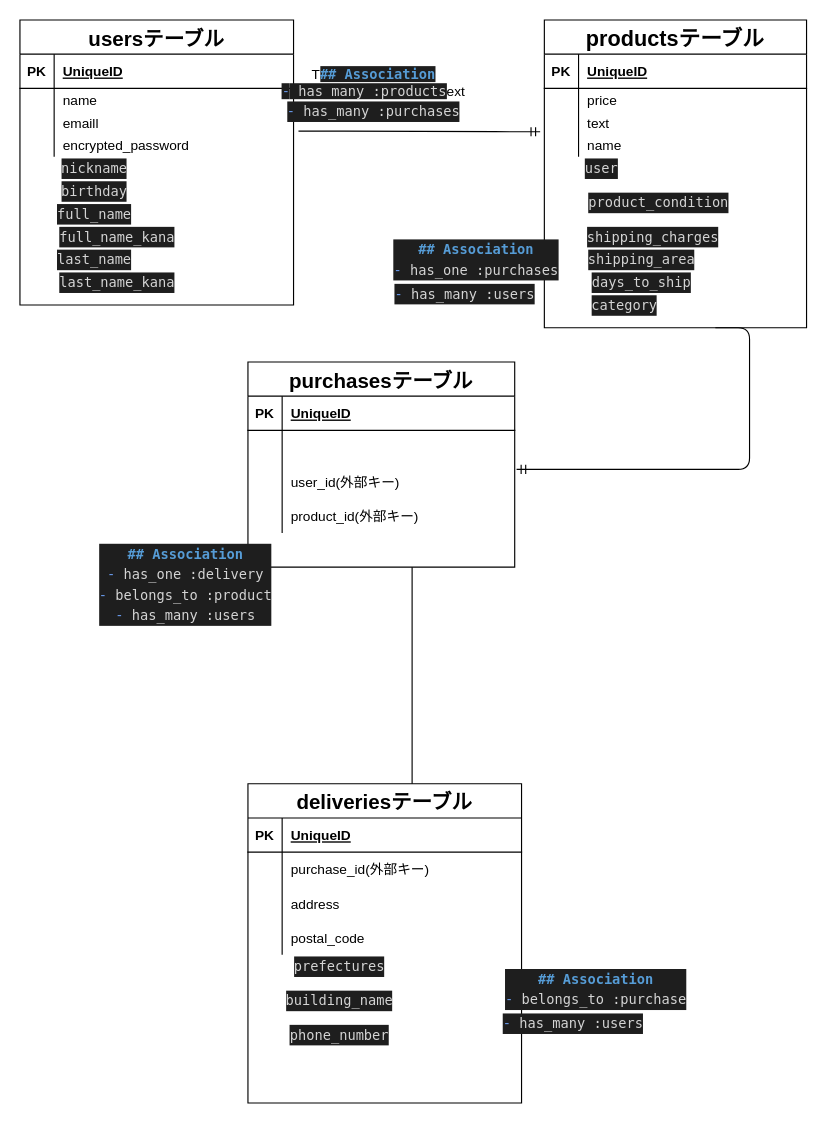
Before: test.dio in nanami-deep/furima-34361, a draw.io diagram. Source tidied: cells renumbered, new cells numbered last; positions are measured from the earlier drawing's top-left corner, leaving out a move shared by most shapes. Both pictures are drawn from the tidied source at 114%, with x=0, y=0 at pixel (19, 19).
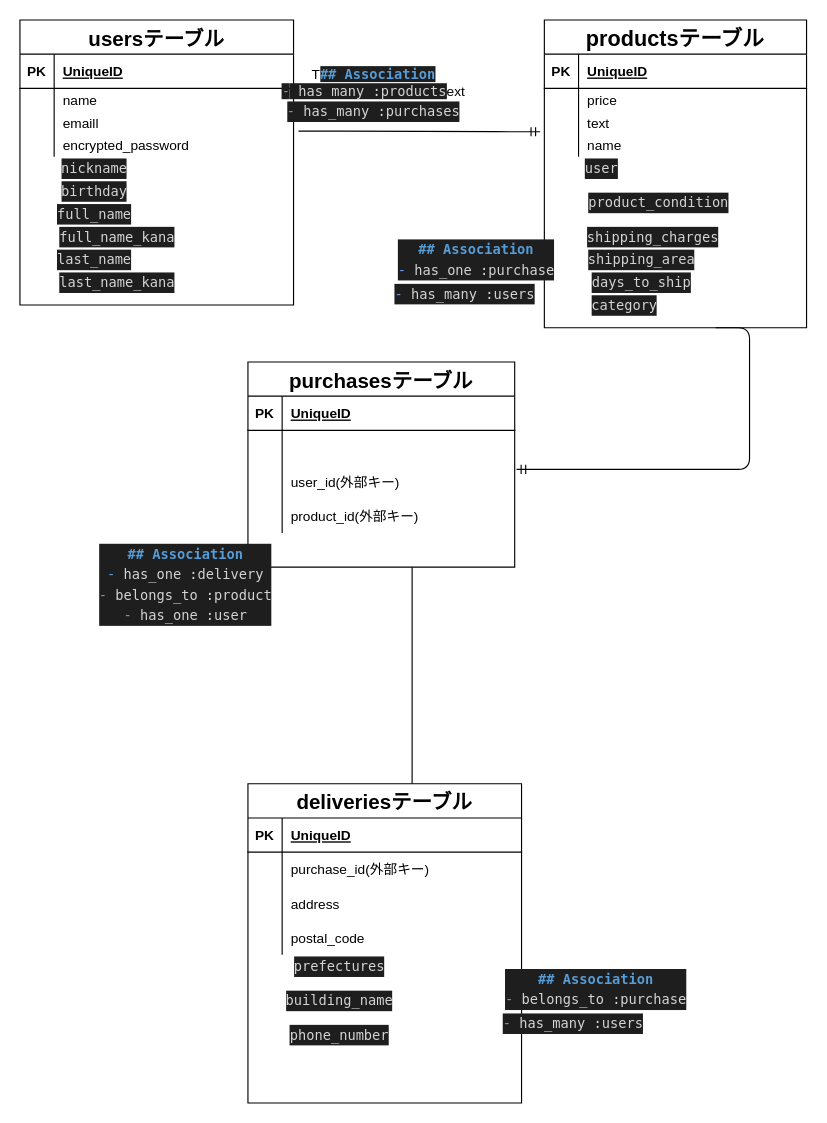
The same page after the edit.

Commit message:
データベース設計6

Diff of the diagram source:
```diff
@@
-    <mxCell id="74" value="&lt;div style=&quot;color: rgb(212 , 212 , 212) ; background-color: rgb(30 , 30 , 30) ; font-family: &amp;#34;menlo&amp;#34; , &amp;#34;monaco&amp;#34; , &amp;#34;courier new&amp;#34; , monospace ; line-height: 18px&quot;&gt;&lt;div&gt;&lt;span style=&quot;color: #569cd6 ; font-weight: bold&quot;&gt;## Association&lt;/span&gt;&lt;/div&gt;&lt;div&gt;&lt;span style=&quot;color: #6796e6&quot;&gt;-&lt;/span&gt; has_one :purchases&lt;/div&gt;&lt;/div&gt;" style="text;html=1;align=center;verticalAlign=middle;" parent="1" vertex="1">
-      <mxGeometry x="320" y="190" width="160" height="40" as="geometry" />
+    <mxCell id="74" value="&lt;div style=&quot;color: rgb(212 , 212 , 212) ; background-color: rgb(30 , 30 , 30) ; font-family: &amp;#34;menlo&amp;#34; , &amp;#34;monaco&amp;#34; , &amp;#34;courier new&amp;#34; , monospace ; line-height: 18px&quot;&gt;&lt;div&gt;&lt;span style=&quot;color: #569cd6 ; font-weight: bold&quot;&gt;## Association&lt;/span&gt;&lt;/div&gt;&lt;div&gt;&lt;span style=&quot;color: #6796e6&quot;&gt;-&lt;/span&gt; has_one :purchase&lt;/div&gt;&lt;/div&gt;" style="text;html=1;align=center;verticalAlign=middle;" parent="1" vertex="1">
+      <mxGeometry x="325" y="190" width="150" height="40" as="geometry" />
     </mxCell>
-    <mxCell id="75" value="&lt;div style=&quot;color: rgb(212 , 212 , 212) ; background-color: rgb(30 , 30 , 30) ; font-family: &amp;#34;menlo&amp;#34; , &amp;#34;monaco&amp;#34; , &amp;#34;courier new&amp;#34; , monospace ; line-height: 18px&quot;&gt;&lt;div&gt;&lt;span style=&quot;color: #569cd6 ; font-weight: bold&quot;&gt;## Association&lt;/span&gt;&lt;/div&gt;&lt;div&gt;&lt;span style=&quot;color: #6796e6&quot;&gt;-&lt;/span&gt; has_one :delivery&lt;/div&gt;&lt;div&gt;&lt;span style=&quot;color: #6796e6&quot;&gt;-&lt;/span&gt; belongs_to :product&lt;/div&gt;&lt;div style=&quot;font-family: &amp;#34;menlo&amp;#34; , &amp;#34;monaco&amp;#34; , &amp;#34;courier new&amp;#34; , monospace ; line-height: 18px&quot;&gt;&lt;div&gt;&lt;span style=&quot;color: #6796e6&quot;&gt;-&lt;/span&gt; has_many :users&lt;/div&gt;&lt;/div&gt;&lt;/div&gt;" style="text;html=1;align=center;verticalAlign=middle;" parent="1" vertex="1">
+    <mxCell id="75" value="&lt;div style=&quot;color: rgb(212 , 212 , 212) ; background-color: rgb(30 , 30 , 30) ; font-family: &amp;#34;menlo&amp;#34; , &amp;#34;monaco&amp;#34; , &amp;#34;courier new&amp;#34; , monospace ; line-height: 18px&quot;&gt;&lt;div&gt;&lt;span style=&quot;color: #569cd6 ; font-weight: bold&quot;&gt;## Association&lt;/span&gt;&lt;/div&gt;&lt;div&gt;&lt;span style=&quot;color: #6796e6&quot;&gt;-&lt;/span&gt; has_one :delivery&lt;/div&gt;&lt;div&gt;&lt;span style=&quot;color: #6796e6&quot;&gt;-&lt;/span&gt; belongs_to :product&lt;/div&gt;&lt;div style=&quot;font-family: &amp;#34;menlo&amp;#34; , &amp;#34;monaco&amp;#34; , &amp;#34;courier new&amp;#34; , monospace ; line-height: 18px&quot;&gt;&lt;div&gt;&lt;span style=&quot;color: #6796e6&quot;&gt;-&lt;/span&gt; has_one :user&lt;/div&gt;&lt;/div&gt;&lt;/div&gt;" style="text;html=1;align=center;verticalAlign=middle;" parent="1" vertex="1">
       <mxGeometry x="60" y="460" width="170" height="70" as="geometry" />
     </mxCell>
```
